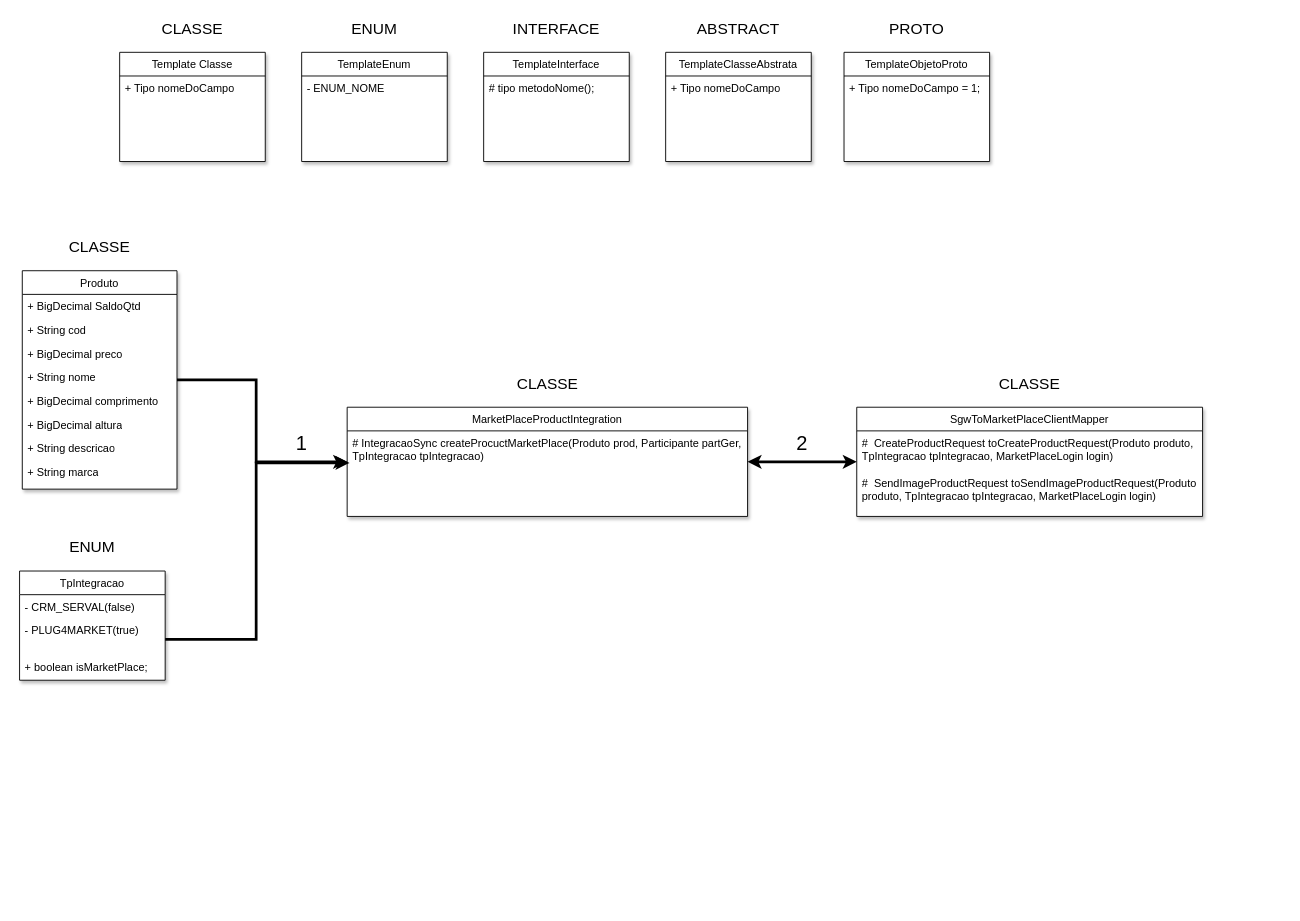
C4nlhmmll/Diagramas keeps this draw.io diagram as Plug4Market/Organização pacotes MarketPlaceService.drawio. Above is the earlier version. Source tidied: cells renumbered, new cells numbered last; positions are measured from the earlier drawing's top-left corner, leaving out a move shared by most shapes. Both pictures are drawn from the tidied source at 91%, with x=0, y=0 at pixel (19, 15).
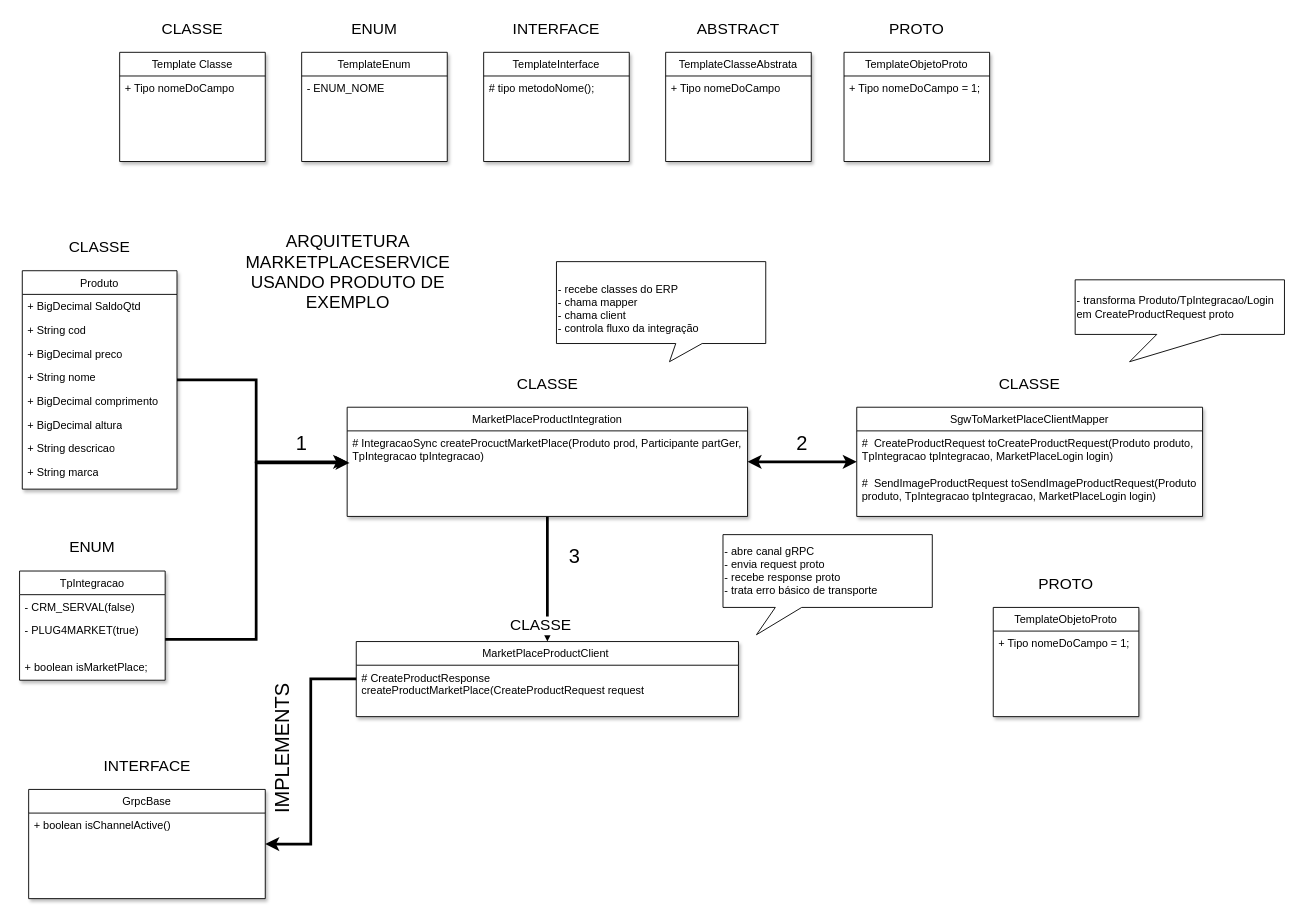
After the change.

The change refers to these unchanged cells:
```xml
<mxCell id="23" value="Produto" style="swimlane;fontStyle=0;align=center;verticalAlign=top;horizontal=1;startSize=26;rounded=0;shadow=1;strokeWidth=1;swimlaneFillColor=default;strokeColor=light-dark(#000000,#00CC00);" parent="22" vertex="1">
  <mxGeometry y="40" width="170" height="240" as="geometry" />
</mxCell>
<mxCell id="34" value="SgwToMarketPlaceClientMapper" style="swimlane;fontStyle=0;align=center;verticalAlign=top;horizontal=1;startSize=26;rounded=0;shadow=1;strokeWidth=1;swimlaneFillColor=default;strokeColor=light-dark(#000000,#00CC00);" parent="33" vertex="1">
  <mxGeometry y="40" width="380" height="120" as="geometry" />
</mxCell>
<mxCell id="41" value="&lt;div&gt;- PLUG4MARKET(true)&lt;/div&gt;" style="text;strokeColor=none;fillColor=none;align=left;verticalAlign=top;spacingLeft=4;spacingRight=4;overflow=hidden;points=[[0,0.5],[1,0.5]];portConstraint=eastwest;whiteSpace=wrap;html=1;" parent="39" vertex="1">
  <mxGeometry y="52" width="160" height="26" as="geometry" />
</mxCell>
<mxCell id="45" value="MarketPlaceProductIntegration" style="swimlane;fontStyle=0;align=center;verticalAlign=top;horizontal=1;startSize=26;rounded=0;shadow=1;strokeWidth=1;swimlaneFillColor=default;strokeColor=light-dark(#000000,#00CC00);" parent="44" vertex="1">
  <mxGeometry y="40" width="440" height="120" as="geometry" />
</mxCell>
<mxCell id="46" value="# IntegracaoSync createProcuctMarketPlace(Produto prod, Participante partGer, TpIntegracao tpIntegracao)" style="text;strokeColor=none;fillColor=none;align=left;verticalAlign=top;spacingLeft=4;spacingRight=4;overflow=hidden;points=[[0,0.5],[1,0.5]];portConstraint=eastwest;whiteSpace=wrap;html=1;" parent="45" vertex="1">
  <mxGeometry y="26" width="440" height="44" as="geometry" />
</mxCell>
```

What changed in the source:
```diff
@@
+    <mxCell id="53" style="edgeStyle=orthogonalEdgeStyle;rounded=0;jettySize=auto;html=1;entryX=0.5;entryY=0;entryDx=0;entryDy=0;strokeWidth=3;strokeColor=light-dark(#000000,#FFFF33);" parent="1" edge="1" source="45" target="57">
+      <mxGeometry relative="1" as="geometry" />
+    </mxCell>
@@
-    <mxCell id="48" style="edgeStyle=orthogonalEdgeStyle;rounded=0;jettySize=auto;html=1;strokeWidth=3;" parent="1" edge="1" source="23" target="45">
+    <mxCell id="48" style="edgeStyle=orthogonalEdgeStyle;rounded=0;jettySize=auto;html=1;strokeWidth=3;fontColor=light-dark(#000000,#2700FF);strokeColor=light-dark(#000000,#2700FF);" parent="1" edge="1" source="23" target="45">
       <mxGeometry relative="1" as="geometry">
         <Array as="points">
           <mxPoint x="260" y="400" />
           <mxPoint x="260" y="490" />
         </Array>
       </mxGeometry>
     </mxCell>
@@
-    <mxCell id="51" style="edgeStyle=orthogonalEdgeStyle;rounded=0;jettySize=auto;html=1;strokeWidth=3;startArrow=classic;startFill=1;" parent="1" edge="1" source="45" target="34">
+    <mxCell id="51" style="edgeStyle=orthogonalEdgeStyle;rounded=0;jettySize=auto;html=1;strokeWidth=3;startArrow=classic;startFill=1;fontColor=light-dark(#000000,#2700FF);strokeColor=light-dark(#000000,#2700FF);" parent="1" edge="1" source="45" target="34">
       <mxGeometry relative="1" as="geometry" />
     </mxCell>
-    <mxCell id="52" style="edgeStyle=orthogonalEdgeStyle;rounded=0;jettySize=auto;html=1;entryX=0.006;entryY=0.799;entryDx=0;entryDy=0;entryPerimeter=0;strokeWidth=3;" parent="1" edge="1" source="41" target="46">
+    <mxCell id="52" style="edgeStyle=orthogonalEdgeStyle;rounded=0;jettySize=auto;html=1;entryX=0.006;entryY=0.799;entryDx=0;entryDy=0;entryPerimeter=0;strokeWidth=3;fontColor=light-dark(#000000,#2700FF);strokeColor=light-dark(#000000,#2700FF);" parent="1" edge="1" source="41" target="46">
       <mxGeometry relative="1" as="geometry">
         <Array as="points">
           <mxPoint x="260" y="685" />
           <mxPoint x="260" y="491" />
         </Array>
       </mxGeometry>
     </mxCell>
+    <mxCell id="54" value="&lt;br&gt;- recebe classes do ERP&lt;br&gt;- chama mapper&lt;br&gt;- chama client&lt;br&gt;&lt;div style=&quot;&quot;&gt;&lt;span style=&quot;background-color: transparent; color: light-dark(rgb(0, 0, 0), rgb(255, 255, 255));&quot;&gt;- controla fluxo da integração&lt;/span&gt;&lt;/div&gt;" style="shape=callout;whiteSpace=wrap;html=1;perimeter=calloutPerimeter;strokeColor=light-dark(#000000,#FF0080);position2=0.54;size=20;position=0.57;base=29;align=left;" parent="1" vertex="1">
+      <mxGeometry x="590" y="270" width="230" height="110" as="geometry" />
+    </mxCell>
+    <mxCell id="55" value="- transforma Produto/TpIntegracao/Login em CreateProductRequest proto" style="shape=callout;whiteSpace=wrap;html=1;perimeter=calloutPerimeter;strokeColor=light-dark(#000000,#FF0080);position2=0.26;size=30;position=0.39;base=70;align=left;" parent="1" vertex="1">
+      <mxGeometry x="1160" y="290" width="230" height="90" as="geometry" />
+    </mxCell>
+    <mxCell id="56" style="group;" parent="1" vertex="1">
+      <mxGeometry x="370" y="660" width="420" height="110" as="geometry" />
+    </mxCell>
+    <mxCell id="57" value="MarketPlaceProductClient " style="swimlane;fontStyle=0;align=center;verticalAlign=top;horizontal=1;startSize=26;rounded=0;shadow=1;strokeWidth=1;swimlaneFillColor=default;strokeColor=light-dark(#000000,#00CC00);" parent="56" vertex="1">
+      <mxGeometry y="27.5" width="420" height="82.5" as="geometry" />
+    </mxCell>
+    <mxCell id="58" value="# CreateProductResponse createProductMarketPlace(CreateProductRequest request" style="text;strokeColor=none;fillColor=none;align=left;verticalAlign=top;spacingLeft=4;spacingRight=4;overflow=hidden;points=[[0,0.5],[1,0.5]];portConstraint=eastwest;whiteSpace=wrap;html=1;" parent="57" vertex="1">
+      <mxGeometry y="26" width="420" height="30.2" as="geometry" />
+    </mxCell>
+    <mxCell id="59" value="CLASSE" style="text;html=1;whiteSpace=wrap;strokeColor=none;fillColor=default;align=center;verticalAlign=middle;rounded=0;fontColor=light-dark(#000000,#00CC00);fontSize=17;" parent="56" vertex="1">
+      <mxGeometry x="76.3" width="254.3" height="20.6" as="geometry" />
+    </mxCell>
+    <mxCell id="60" value="- abre canal gRPC&lt;br&gt;- envia request proto&lt;br&gt;- recebe response proto&lt;br&gt;- trata erro básico de transporte" style="shape=callout;whiteSpace=wrap;html=1;perimeter=calloutPerimeter;strokeColor=light-dark(#000000,#FF0080);position2=0.16;size=30;position=0.25;base=29;align=left;" parent="1" vertex="1">
+      <mxGeometry x="773" y="570" width="230" height="110" as="geometry" />
+    </mxCell>
+    <mxCell id="61" value="ARQUITETURA MARKETPLACESERVICE USANDO PRODUTO DE EXEMPLO" style="text;html=1;whiteSpace=wrap;overflow=hidden;rounded=0;fontSize=19;align=center;fillColor=none;fontStyle=0;labelBorderColor=none;labelBackgroundColor=default;textShadow=0;fontColor=light-dark(#000000,#FFFFFF);" parent="1" vertex="1">
+      <mxGeometry x="212" y="230" width="298" height="120" as="geometry" />
+    </mxCell>
+    <mxCell id="62" style="group;" parent="1" vertex="1">
+      <mxGeometry x="1070" y="610" width="160" height="160" as="geometry" />
+    </mxCell>
+    <mxCell id="63" value="TemplateObjetoProto" style="swimlane;fontStyle=0;align=center;verticalAlign=top;horizontal=1;startSize=26;rounded=0;shadow=1;strokeWidth=1;swimlaneFillColor=default;strokeColor=light-dark(#000000,#7F00FF);" parent="62" vertex="1">
+      <mxGeometry y="40" width="160" height="120" as="geometry" />
+    </mxCell>
+    <mxCell id="64" value="+ Tipo nomeDoCampo = 1;" style="text;strokeColor=none;fillColor=none;align=left;verticalAlign=top;spacingLeft=4;spacingRight=4;overflow=hidden;whiteSpace=wrap;html=1;" parent="63" vertex="1">
+      <mxGeometry y="26" width="160" height="26" as="geometry" />
+    </mxCell>
+    <mxCell id="65" value="PROTO" style="text;html=1;whiteSpace=wrap;strokeColor=none;fillColor=default;align=center;verticalAlign=middle;rounded=0;fontColor=light-dark(#000000,#7F00FF);fontSize=17;" parent="62" vertex="1">
+      <mxGeometry x="30" width="100" height="30" as="geometry" />
+    </mxCell>
+    <mxCell id="66" style="group;" parent="1" vertex="1">
+      <mxGeometry x="10" y="810" width="260" height="160" as="geometry" />
+    </mxCell>
+    <mxCell id="67" value="GrpcBase" style="swimlane;fontStyle=0;align=center;verticalAlign=top;horizontal=1;startSize=26;rounded=0;shadow=1;strokeWidth=1;swimlaneFillColor=default;strokeColor=light-dark(#000000,#33FFFF);" parent="66" vertex="1">
+      <mxGeometry y="40" width="260" height="120" as="geometry" />
+    </mxCell>
+    <mxCell id="68" value="+ boolean isChannelActive()&amp;nbsp;" style="text;strokeColor=none;fillColor=none;align=left;verticalAlign=top;spacingLeft=4;spacingRight=4;overflow=hidden;whiteSpace=wrap;html=1;" parent="67" vertex="1">
+      <mxGeometry y="26" width="260" height="26" as="geometry" />
+    </mxCell>
+    <mxCell id="69" value="INTERFACE" style="text;html=1;whiteSpace=wrap;strokeColor=none;fillColor=default;align=center;verticalAlign=middle;rounded=0;fontColor=light-dark(#000000,#33FFFF);fontSize=17;" parent="66" vertex="1">
+      <mxGeometry x="48.8" width="162.5" height="30" as="geometry" />
+    </mxCell>
+    <mxCell id="70" style="edgeStyle=orthogonalEdgeStyle;rounded=0;jettySize=auto;html=1;entryX=1;entryY=0.5;entryDx=0;entryDy=0;strokeWidth=3;strokeColor=light-dark(#000000,#FFFF33);" parent="1" edge="1" source="58" target="67">
+      <mxGeometry relative="1" as="geometry" />
+    </mxCell>
+    <mxCell id="71" value="3" style="text;html=1;whiteSpace=wrap;strokeColor=none;fillColor=none;align=center;verticalAlign=middle;rounded=0;fontColor=light-dark(#000000,#FF0080);strokeWidth=3;fontSize=22;" parent="1" vertex="1">
+      <mxGeometry x="580" y="580" width="60" height="30" as="geometry" />
+    </mxCell>
+    <mxCell id="72" value="IMPLEMENTS" style="text;html=1;whiteSpace=wrap;strokeColor=none;fillColor=none;align=center;verticalAlign=middle;rounded=0;fontColor=light-dark(#000000,#FF0080);strokeWidth=3;fontSize=22;rotation=-90;" parent="1" vertex="1">
+      <mxGeometry x="260" y="790" width="60" height="30" as="geometry" />
+    </mxCell>
```
